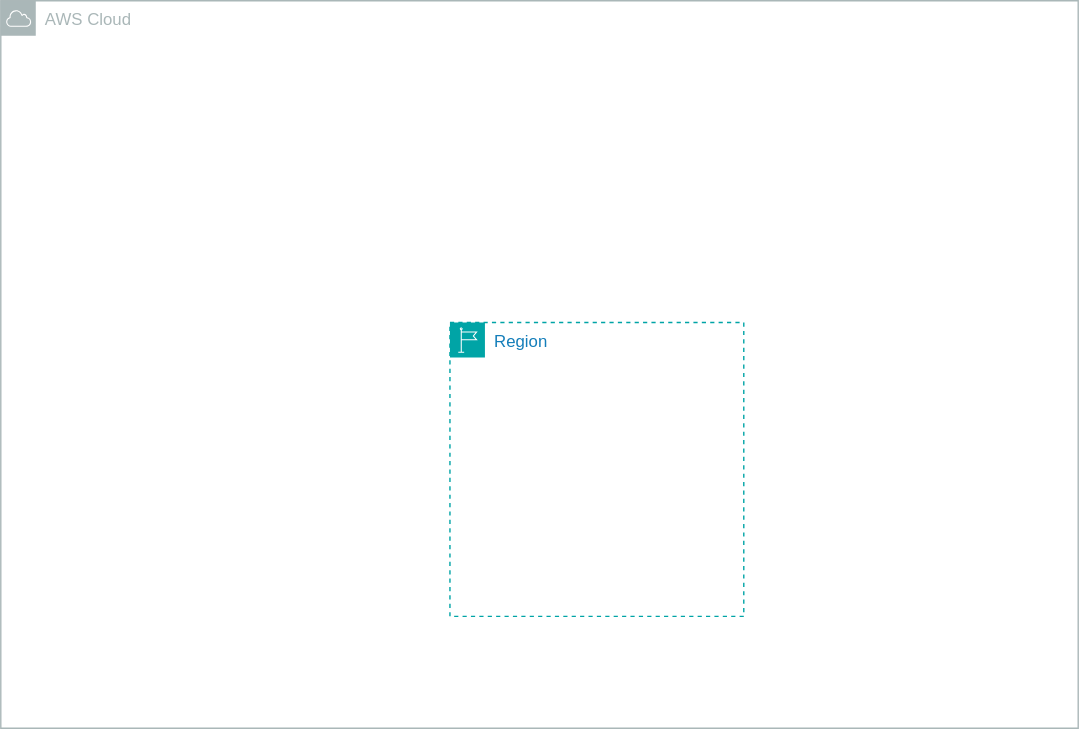
Earlier version of the draw.io export S3-Static-Site-Hosting/s3_static_site.drawio.svg (mkhmik004/AWS-Cloud-projects). Source tidied: cells renumbered, new cells last; positions are measured from the earlier drawing's top-left corner, leaving out a move shared by most shapes. The source it was exported from:
```xml
<mxGraphModel>
  <root>
    <mxCell id="0" />
    <mxCell id="1" parent="0" />
    <mxCell id="2" value="Region" style="gradientColor=none;html=1;whiteSpace=wrap;fontSize=12;fontStyle=0;shape=mxgraph.aws4.group;grIcon=mxgraph.aws4.group_region;strokeColor=#00A4A6;fillColor=none;verticalAlign=top;align=left;spacingLeft=30;fontColor=#147EBA;dashed=1;" parent="1" vertex="1">
      <mxGeometry x="321" y="230" width="210" height="210" as="geometry" />
    </mxCell>
    <mxCell id="3" value="AWS Cloud" style="sketch=0;gradientColor=none;html=1;whiteSpace=wrap;fontSize=12;fontStyle=0;shape=mxgraph.aws4.group;grIcon=mxgraph.aws4.group_aws_cloud;strokeColor=#AAB7B8;fillColor=none;verticalAlign=top;align=left;spacingLeft=30;fontColor=#AAB7B8;dashed=0;" parent="2" vertex="1">
      <mxGeometry x="-321" y="-230" width="770" height="520" as="geometry" />
    </mxCell>
  </root>
</mxGraphModel>
```
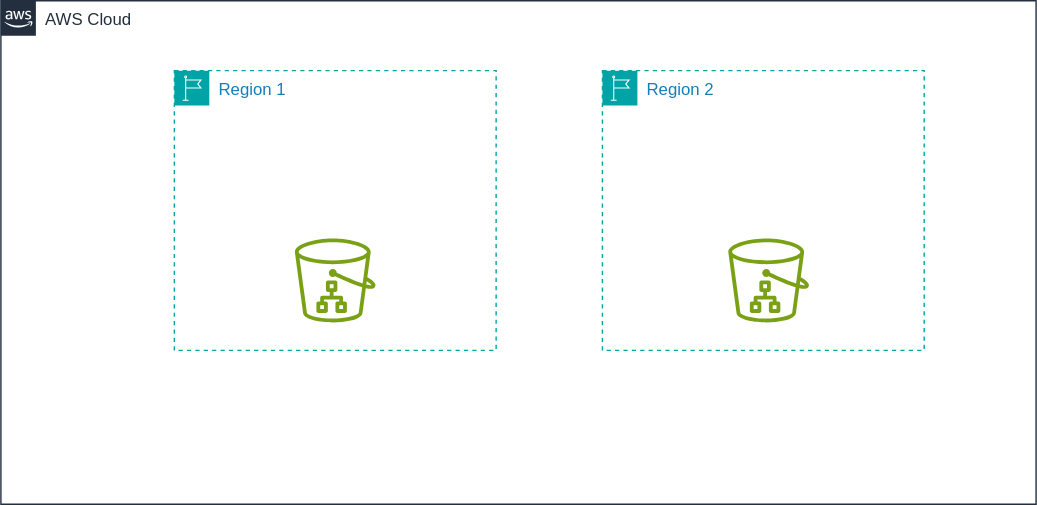
Above is the later version.

Diff of the diagram source:
```diff
@@ -2,11 +2,26 @@
   <root>
     <mxCell id="0" />
     <mxCell id="1" parent="0" />
-    <mxCell id="2" value="Region" style="gradientColor=none;html=1;whiteSpace=wrap;fontSize=12;fontStyle=0;shape=mxgraph.aws4.group;grIcon=mxgraph.aws4.group_region;strokeColor=#00A4A6;fillColor=none;verticalAlign=top;align=left;spacingLeft=30;fontColor=#147EBA;dashed=1;" parent="1" vertex="1">
-      <mxGeometry x="321" y="230" width="210" height="210" as="geometry" />
-    </mxCell>
+    <mxCell id="4" style="edgeStyle=orthogonalEdgeStyle;rounded=0;orthogonalLoop=1;jettySize=auto;html=1;exitX=0.5;exitY=1;exitDx=0;exitDy=0;" parent="1" edge="1">
+      <mxGeometry relative="1" as="geometry">
+        <mxPoint x="446" y="500" as="sourcePoint" />
+        <mxPoint x="446" y="500" as="targetPoint" />
+      </mxGeometry>
+    </mxCell>
+    <mxCell id="5" value="Region 1" style="gradientColor=none;html=1;whiteSpace=wrap;fontSize=12;fontStyle=0;shape=mxgraph.aws4.group;grIcon=mxgraph.aws4.group_region;strokeColor=#00A4A6;fillColor=none;verticalAlign=top;align=left;spacingLeft=30;fontColor=#147EBA;dashed=1;" parent="1" vertex="1">
+      <mxGeometry x="165" y="210" width="230" height="200" as="geometry" />
+    </mxCell>
+    <mxCell id="6" style="sketch=0;fontColor=#232F3E;gradientColor=none;fillColor=#7AA116;strokeColor=none;dashed=0;verticalLabelPosition=bottom;verticalAlign=top;align=center;html=1;fontSize=12;fontStyle=0;shape=mxgraph.aws4.simple_storage_service_directory_bucket;" parent="5" vertex="1">
+      <mxGeometry x="86.2" y="120" width="57.7" height="60" as="geometry" />
+    </mxCell>
+    <mxCell id="7" value="Region 2" style="gradientColor=none;html=1;whiteSpace=wrap;fontSize=12;fontStyle=0;shape=mxgraph.aws4.group;grIcon=mxgraph.aws4.group_region;strokeColor=#00A4A6;fillColor=none;verticalAlign=top;align=left;spacingLeft=30;fontColor=#147EBA;dashed=1;" parent="1" vertex="1">
+      <mxGeometry x="471" y="210" width="230" height="200" as="geometry" />
+    </mxCell>
+    <mxCell id="8" style="sketch=0;fontColor=#232F3E;gradientColor=none;fillColor=#7AA116;strokeColor=none;dashed=0;verticalLabelPosition=bottom;verticalAlign=top;align=center;html=1;fontSize=12;fontStyle=0;shape=mxgraph.aws4.simple_storage_service_directory_bucket;" parent="7" vertex="1">
+      <mxGeometry x="90" y="120" width="57.7" height="60" as="geometry" />
+    </mxCell>
-    <mxCell id="3" value="AWS Cloud" style="sketch=0;gradientColor=none;html=1;whiteSpace=wrap;fontSize=12;fontStyle=0;shape=mxgraph.aws4.group;grIcon=mxgraph.aws4.group_aws_cloud;strokeColor=#AAB7B8;fillColor=none;verticalAlign=top;align=left;spacingLeft=30;fontColor=#AAB7B8;dashed=0;" parent="2" vertex="1">
-      <mxGeometry x="-321" y="-230" width="770" height="520" as="geometry" />
+    <mxCell id="3" value="AWS Cloud" style="gradientColor=none;html=1;whiteSpace=wrap;fontSize=12;fontStyle=0;shape=mxgraph.aws4.group;grIcon=mxgraph.aws4.group_aws_cloud_alt;strokeColor=#232F3E;fillColor=none;verticalAlign=top;align=left;spacingLeft=30;fontColor=#232F3E;dashed=0;" parent="1" vertex="1">
+      <mxGeometry x="41" y="160" width="740" height="360" as="geometry" />
     </mxCell>
   </root>
 </mxGraphModel>
```
